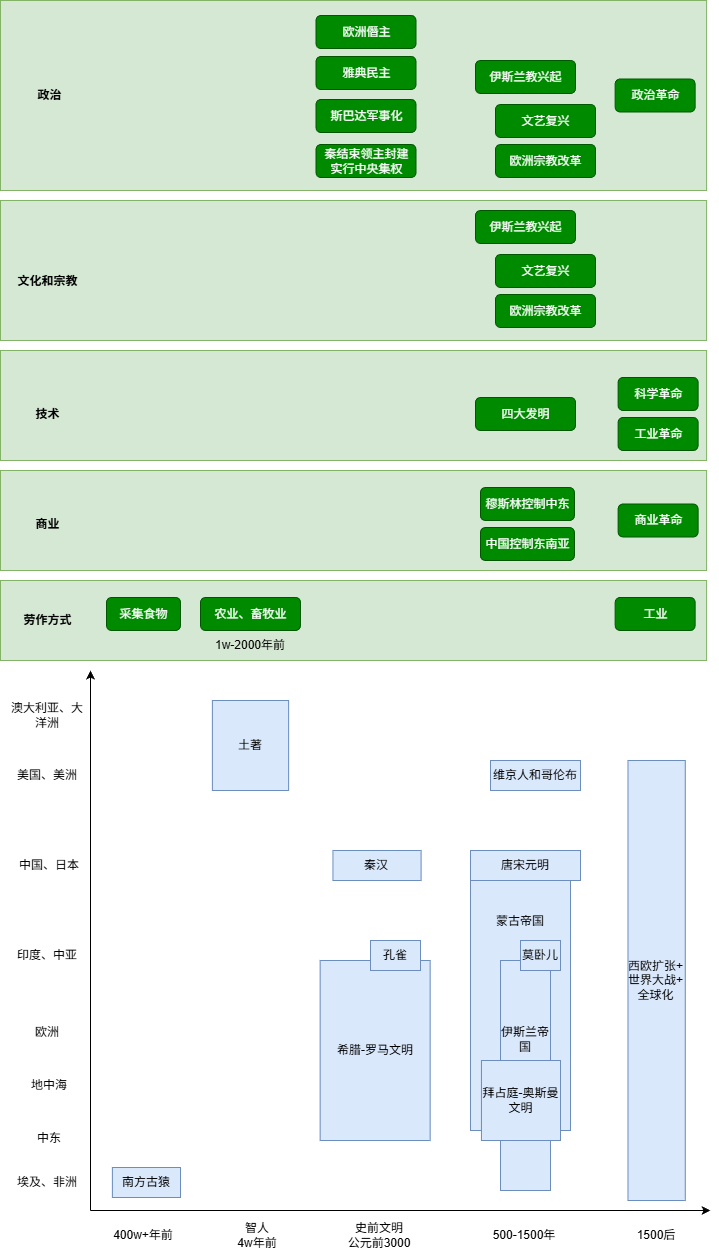
This is image/global.drawio.png from codefossil/livingbook, a draw.io export, as it was before one commit. Source tidied: cells renumbered, new cells last; positions are measured from the earlier drawing's top-left corner, leaving out a move shared by most shapes.
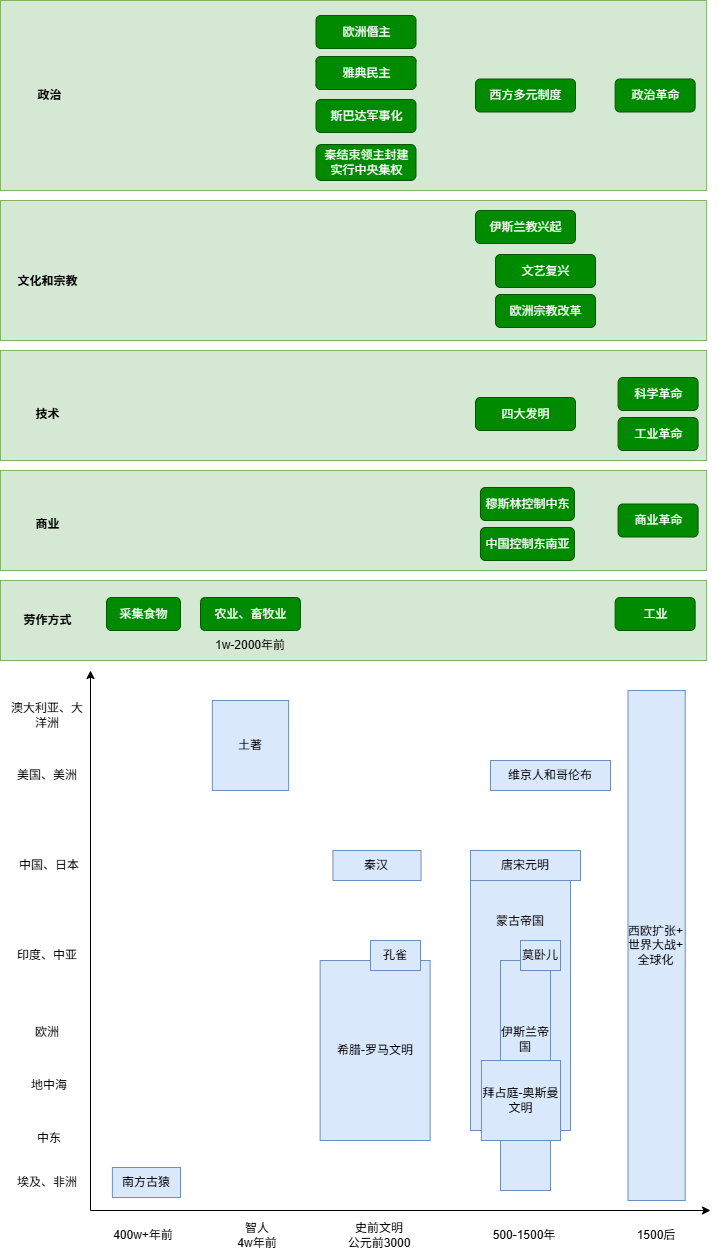
The same file after the commit.

The edit, as a diff of the source:
```diff
@@ -114,7 +114,7 @@
       <mxGeometry x="470" y="850" width="110" height="30" as="geometry" />
     </mxCell>
     <mxCell id="37" value="维京人和哥伦布" style="text;html=1;strokeColor=#6c8ebf;fillColor=#dae8fc;align=center;verticalAlign=middle;whiteSpace=wrap;rounded=0;" parent="1" vertex="1">
-      <mxGeometry x="490" y="760" width="90" height="30" as="geometry" />
+      <mxGeometry x="490" y="760" width="120" height="30" as="geometry" />
     </mxCell>
     <mxCell id="38" value="土著" style="text;html=1;strokeColor=#6c8ebf;fillColor=#dae8fc;align=center;verticalAlign=middle;whiteSpace=wrap;rounded=0;" parent="1" vertex="1">
       <mxGeometry x="211.9" y="700" width="76.2" height="90" as="geometry" />
@@ -138,7 +138,7 @@
       <mxGeometry x="495" y="294" width="100" height="33" as="geometry" />
     </mxCell>
     <mxCell id="45" value="西欧扩张+&lt;div&gt;世界大战+&lt;div&gt;全球化&lt;/div&gt;&lt;/div&gt;" style="text;html=1;strokeColor=#6c8ebf;fillColor=#dae8fc;align=center;verticalAlign=middle;whiteSpace=wrap;rounded=0;" parent="1" vertex="1">
-      <mxGeometry x="627.5" y="760" width="57.3" height="440" as="geometry" />
+      <mxGeometry x="627.5" y="690" width="57.3" height="510" as="geometry" />
     </mxCell>
     <mxCell id="46" value="工业革命" style="rounded=1;fillColor=#008a00;strokeColor=#005700;html=1;align=center;verticalAlign=middle;fontStyle=0;fontSize=12;sketch=0;shadow=0;fontColor=#ffffff;" parent="1" vertex="1">
       <mxGeometry x="617.6" y="417" width="80" height="33" as="geometry" />
@@ -149,18 +149,12 @@
     <mxCell id="48" value="政治" style="fillColor=none;strokeColor=none;html=1;fontColor=#000000;align=center;verticalAlign=middle;fontStyle=1;fontSize=12;shadow=0;" parent="1" vertex="1">
       <mxGeometry x="5.8" y="78.5" width="86" height="33" as="geometry" />
     </mxCell>
-    <mxCell id="49" value="伊斯兰教兴起" style="rounded=1;fillColor=#008a00;strokeColor=#005700;html=1;align=center;verticalAlign=middle;fontStyle=0;fontSize=12;sketch=0;shadow=0;fontColor=#ffffff;" parent="1" vertex="1">
-      <mxGeometry x="475" y="60" width="100" height="33" as="geometry" />
+    <mxCell id="49" value="西方多元制度" style="rounded=1;fillColor=#008a00;strokeColor=#005700;html=1;align=center;verticalAlign=middle;fontStyle=0;fontSize=12;sketch=0;shadow=0;fontColor=#ffffff;" parent="1" vertex="1">
+      <mxGeometry x="475" y="78.5" width="100" height="33" as="geometry" />
     </mxCell>
     <mxCell id="50" value="政治革命" style="rounded=1;fillColor=#008a00;strokeColor=#005700;html=1;align=center;verticalAlign=middle;fontStyle=0;fontSize=12;sketch=0;shadow=0;fontColor=#ffffff;" parent="1" vertex="1">
       <mxGeometry x="614.7" y="78.5" width="80" height="33" as="geometry" />
     </mxCell>
-    <mxCell id="51" value="文艺复兴" style="rounded=1;fillColor=#008a00;strokeColor=#005700;html=1;align=center;verticalAlign=middle;fontStyle=0;fontSize=12;sketch=0;shadow=0;fontColor=#ffffff;" parent="1" vertex="1">
-      <mxGeometry x="495" y="104" width="100" height="33" as="geometry" />
-    </mxCell>
-    <mxCell id="52" value="欧洲宗教改革" style="rounded=1;fillColor=#008a00;strokeColor=#005700;html=1;align=center;verticalAlign=middle;fontStyle=0;fontSize=12;sketch=0;shadow=0;fontColor=#ffffff;" parent="1" vertex="1">
-      <mxGeometry x="495" y="144" width="100" height="33" as="geometry" />
-    </mxCell>
     <mxCell id="53" value="欧洲僭主" style="rounded=1;fillColor=#008a00;strokeColor=#005700;html=1;align=center;verticalAlign=middle;fontStyle=0;fontSize=12;sketch=0;shadow=0;fontColor=#ffffff;" parent="1" vertex="1">
       <mxGeometry x="315.5" y="15" width="100" height="33" as="geometry" />
     </mxCell>
@@ -171,7 +165,7 @@
       <mxGeometry x="315.5" y="99" width="100" height="33" as="geometry" />
     </mxCell>
     <mxCell id="56" value="&lt;font style=&quot;color: rgb(255, 255, 255);&quot;&gt;秦结束领主封建&lt;/font&gt;&lt;div&gt;&lt;font style=&quot;color: rgb(255, 255, 255);&quot;&gt;实行中央集权&lt;/font&gt;&lt;/div&gt;" style="rounded=1;fillColor=#008a00;strokeColor=#005700;html=1;align=center;verticalAlign=middle;fontStyle=0;fontSize=12;sketch=0;shadow=0;fontColor=#ffffff;" parent="1" vertex="1">
-      <mxGeometry x="315.5" y="144" width="100" height="33" as="geometry" />
+      <mxGeometry x="315.5" y="144" width="100" height="36" as="geometry" />
     </mxCell>
     <mxCell id="57" value="孔雀" style="text;html=1;strokeColor=#6c8ebf;fillColor=#dae8fc;align=center;verticalAlign=middle;whiteSpace=wrap;rounded=0;" parent="1" vertex="1">
       <mxGeometry x="370" y="940" width="50" height="30" as="geometry" />
```
